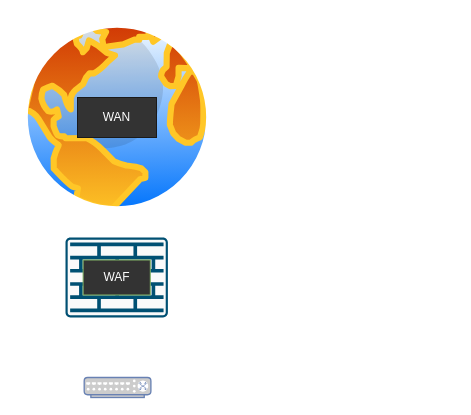
The draw.io diagram Tetha.drawio in Tiafoxxx/BW1, before the edit. Source tidied: cells renumbered, new cells numbered last; positions are measured from the earlier drawing's top-left corner, leaving out a move shared by most shapes. Both pictures are drawn from the tidied source at 100%, with x=0, y=0 at pixel (17, 17).
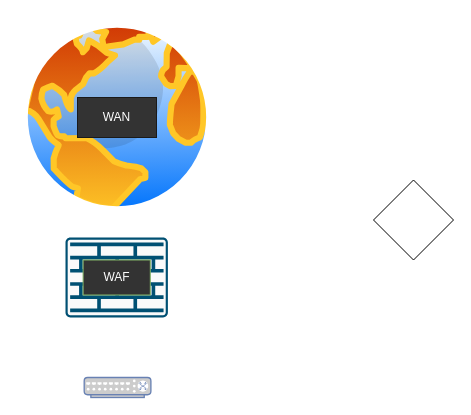
Above is the later version.

Change to the diagram source:
```diff
@@
 <mxGraphModel>
   <root>
     <mxCell id="0" />
     <mxCell id="1" parent="0" />
     <mxCell id="2" style="image;perimeter=ellipsePerimeter;html=1;align=center;shadow=0;dashed=0;spacingTop=3;image=img/lib/active_directory/internet_globe.svg;" parent="1" vertex="1">
       <mxGeometry width="200" height="200" as="geometry" />
     </mxCell>
     <mxCell id="3" value="&lt;font color=&quot;#ffffff&quot;&gt;WAN&lt;/font&gt;" style="text;align=center;html=1;verticalAlign=middle;whiteSpace=wrap;rounded=0;fillColor=#333333;strokeColor=#1A1A1A;gradientColor=none;" parent="1" vertex="1">
       <mxGeometry x="60" y="80" width="79" height="40" as="geometry" />
     </mxCell>
     <mxCell id="4" style="sketch=0;verticalLabelPosition=bottom;html=1;verticalAlign=top;align=center;shape=mxgraph.cisco19.rect;prIcon=firewall;fillColor=#FAFAFA;strokeColor=#005073;" parent="1" vertex="1">
       <mxGeometry x="48" y="220" width="102.4" height="80" as="geometry" />
     </mxCell>
     <mxCell id="5" value="&lt;font color=&quot;#ffffff&quot;&gt;WAF&lt;/font&gt;" style="text;strokeColor=#82b366;align=center;fillColor=#333333;html=1;verticalAlign=middle;whiteSpace=wrap;rounded=0;gradientColor=none;" parent="1" vertex="1">
       <mxGeometry x="65.6" y="242.5" width="67.2" height="35" as="geometry" />
     </mxCell>
     <mxCell id="6" style="fontColor=#0066CC;verticalAlign=top;verticalLabelPosition=bottom;labelPosition=center;align=center;html=1;fillColor=#CCCCCC;strokeColor=#6881B3;gradientColor=none;gradientDirection=north;strokeWidth=2;shape=mxgraph.networks.switch;" parent="1" vertex="1">
       <mxGeometry x="66.7" y="360" width="66.7" height="20" as="geometry" />
     </mxCell>
+    <mxCell id="7" style="rhombus;whiteSpace=wrap;html=1;" parent="1" vertex="1">
+      <mxGeometry x="356" y="162.5" width="80" height="80" as="geometry" />
+    </mxCell>
   </root>
 </mxGraphModel>
```
